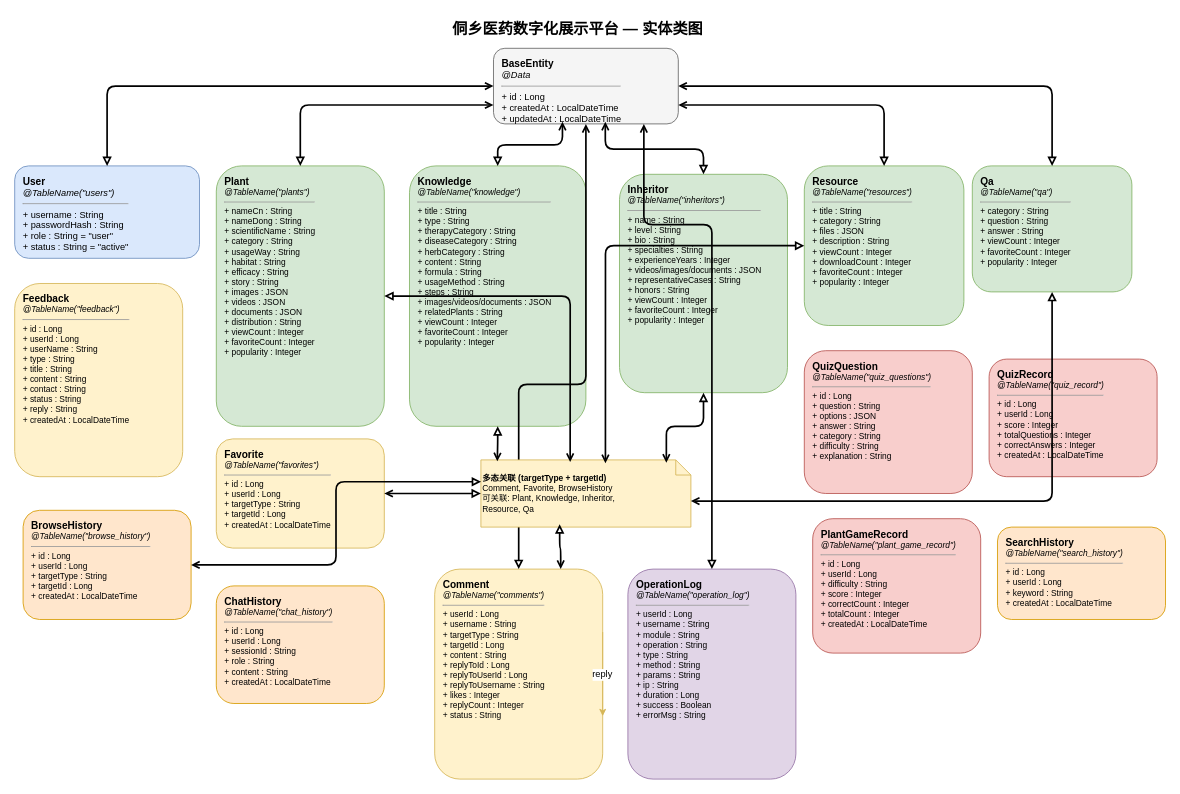
Before: docs/diagrams/class-entity.drawio in yhe3603-star/Graduation-Project, a draw.io diagram. Source tidied: cells renumbered, new cells numbered last; positions are measured from the earlier drawing's top-left corner, leaving out a move shared by most shapes. Both pictures are drawn from the tidied source at 84%, with x=0, y=0 at pixel (14, 14).
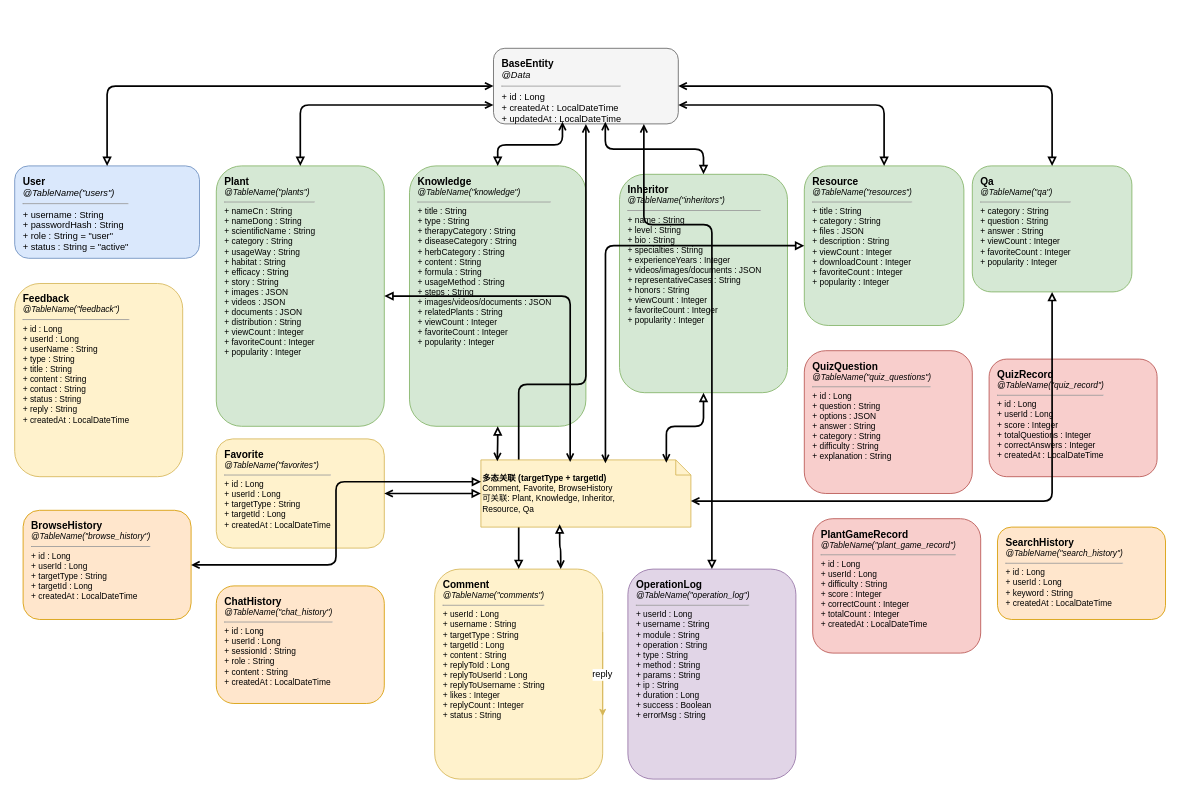
The same page after the edit.

The edit, as a diff of the source:
```diff
@@
-    <mxCell id="2" value="侗乡医药数字化展示平台 — 实体类图" style="text;html=1;fontSize=18;fontStyle=1;align=center;" parent="1" vertex="1">
-      <mxGeometry x="420" width="500" height="35" as="geometry" />
-    </mxCell>
```
